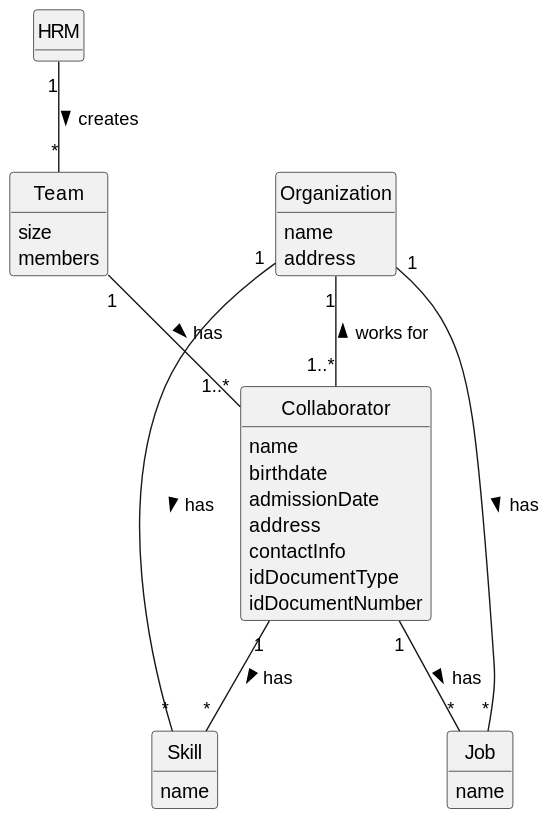
Earlier version of the PlantUML export docs/sprintB/us005/02.analysis/svg/us005-domain-model.svg (diogoveirospro/lei-24-s2-1dg-g072).
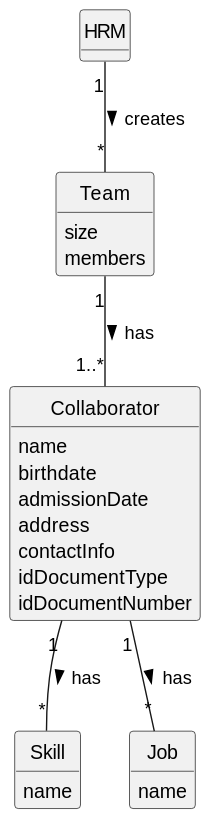
The same diagram one commit later.

Commit message:
US9's Domain Model US2 and US5's Sequence Diagram and Domain Model - corrections

What changed in the source:
```diff
@@ -29,11 +29,6 @@
     idDocumentNumber
 }
 
-class Organization{
-    name
-    address
-}
-
 class Skill{
     name
 }
@@ -46,7 +41,4 @@
 Team "1" -- "1..*" Collaborator: has >
 Collaborator "1" -- "*" Skill: has >
 Collaborator "1" -- "*" Job: has >
-Organization "1" -- "1..*" Collaborator: works for <
-Organization "1" -- "*" Skill: has >
-Organization "1" -- "*" Job: has >
 @enduml
```
